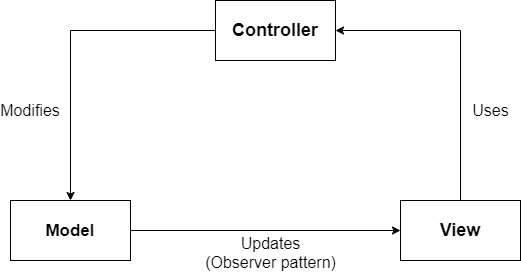
This is Design Patterns/Popular/MVC Diagram.png from smitbmx/Architecture-Diagrams, a draw.io export, as it was before one commit. Source tidied: cells renumbered, new cells last; positions are measured from the earlier drawing's top-left corner, leaving out a move shared by most shapes.
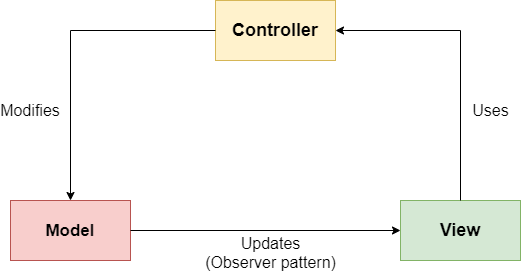
The same diagram one commit later.

Change to the diagram source:
```diff
@@ -2,13 +2,13 @@
   <root>
     <mxCell id="0" />
     <mxCell id="1" parent="0" />
-    <mxCell id="2" value="&lt;b style=&quot;font-size: 18px&quot;&gt;&lt;font style=&quot;font-size: 18px&quot;&gt;Controller&lt;/font&gt;&lt;/b&gt;" style="rounded=0;whiteSpace=wrap;html=1;" parent="1" vertex="1">
+    <mxCell id="2" value="&lt;b style=&quot;font-size: 18px&quot;&gt;&lt;font style=&quot;font-size: 18px&quot;&gt;Controller&lt;/font&gt;&lt;/b&gt;" style="rounded=0;whiteSpace=wrap;html=1;fillColor=#fff2cc;strokeColor=#d6b656;" parent="1" vertex="1">
       <mxGeometry x="205" width="120" height="60" as="geometry" />
     </mxCell>
-    <mxCell id="3" value="&lt;b style=&quot;font-size: 18px&quot;&gt;&lt;font style=&quot;font-size: 17px&quot;&gt;Model&lt;/font&gt;&lt;/b&gt;" style="rounded=0;whiteSpace=wrap;html=1;" parent="1" vertex="1">
+    <mxCell id="3" value="&lt;b style=&quot;font-size: 18px&quot;&gt;&lt;font style=&quot;font-size: 17px&quot;&gt;Model&lt;/font&gt;&lt;/b&gt;" style="rounded=0;whiteSpace=wrap;html=1;fillColor=#f8cecc;strokeColor=#b85450;" parent="1" vertex="1">
       <mxGeometry y="200" width="120" height="60" as="geometry" />
     </mxCell>
-    <mxCell id="4" value="&lt;b&gt;&lt;font style=&quot;font-size: 18px&quot;&gt;View&lt;/font&gt;&lt;/b&gt;" style="rounded=0;whiteSpace=wrap;html=1;" parent="1" vertex="1">
+    <mxCell id="4" value="&lt;b&gt;&lt;font style=&quot;font-size: 18px&quot;&gt;View&lt;/font&gt;&lt;/b&gt;" style="rounded=0;whiteSpace=wrap;html=1;fillColor=#d5e8d4;strokeColor=#82b366;" parent="1" vertex="1">
       <mxGeometry x="390" y="200" width="120" height="60" as="geometry" />
     </mxCell>
     <mxCell id="5" style="endArrow=classic;html=1;exitX=1;exitY=0.5;exitDx=0;exitDy=0;entryX=0;entryY=0.5;entryDx=0;entryDy=0;" parent="1" edge="1" source="3" target="4">
```
